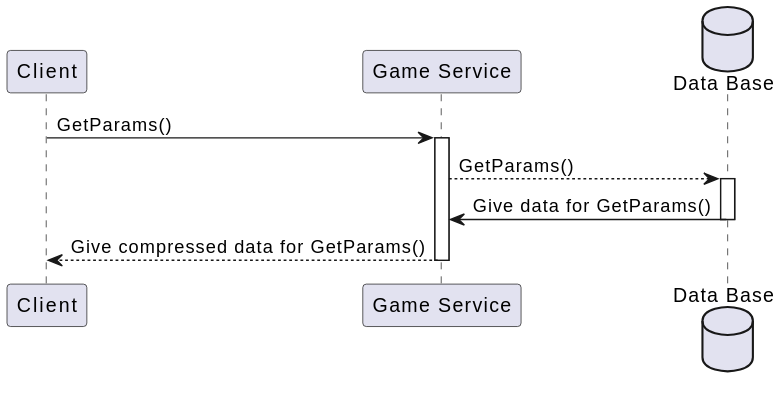
Above: diagrams/out/params.svg in ArayomiRagiko/saber-test (PlantUML), before the change.
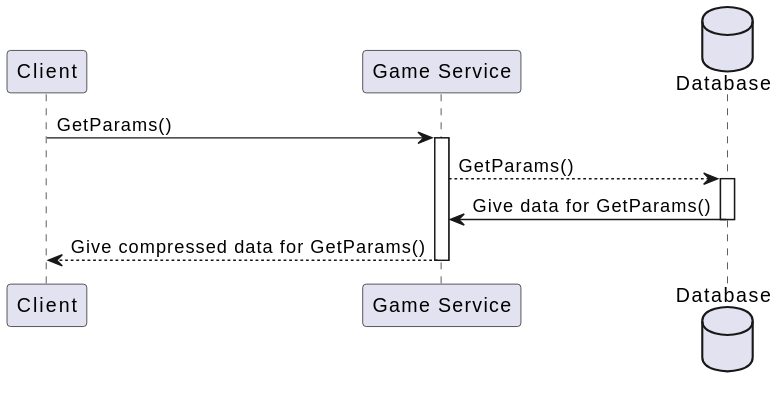
Above is the later version.

Change to the diagram source:
```diff
@@ -1,7 +1,7 @@
 @startuml
 participant client as "Client"
 participant "Game Service" as gameservice
-database "Data Base" as database
+database "Database" as database
 
 client -> gameservice: GetParams()
 activate gameservice
```
